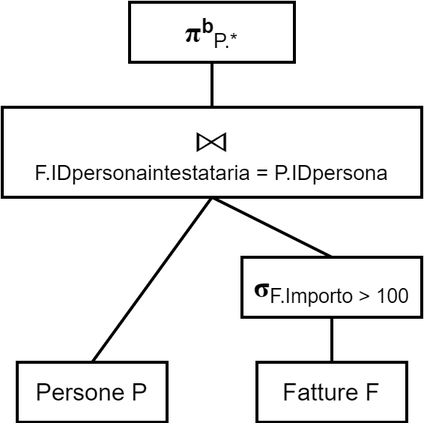
This is Piani di accesso/Albero logico 1.png from alessandro-antonelli/Studio-professionale-fatture, a draw.io export, as it was before one commit. Source tidied: cells renumbered, new cells last; positions are measured from the earlier drawing's top-left corner, leaving out a move shared by most shapes.
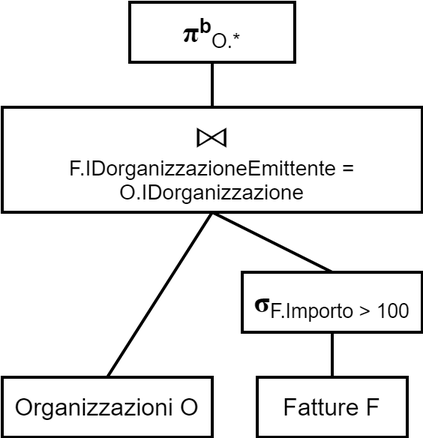
The same diagram one commit later.

Diff of the diagram source:
```diff
@@ -2,20 +2,20 @@
   <root>
     <mxCell id="0" />
     <mxCell id="1" parent="0" />
-    <mxCell id="2" value="&lt;font&gt;&lt;font face=&quot;Times New Roman&quot; style=&quot;font-size: 20px&quot;&gt;&lt;b&gt;π&lt;/b&gt;&lt;/font&gt;&lt;span style=&quot;font-size: 16px&quot;&gt;&lt;sup&gt;&lt;b&gt;b&lt;/b&gt;&lt;/sup&gt;&lt;sub&gt;P.*&lt;/sub&gt;&lt;/span&gt;&lt;/font&gt;" style="text;html=1;fillColor=none;align=center;verticalAlign=middle;whiteSpace=wrap;rounded=0;strokeColor=#000000;strokeWidth=2;" parent="1" vertex="1">
-      <mxGeometry x="85" width="110" height="40" as="geometry" />
+    <mxCell id="2" value="&lt;font&gt;&lt;font face=&quot;Times New Roman&quot; style=&quot;font-size: 20px&quot;&gt;&lt;b&gt;π&lt;/b&gt;&lt;/font&gt;&lt;span style=&quot;font-size: 16px&quot;&gt;&lt;sup&gt;&lt;b&gt;b&lt;/b&gt;&lt;/sup&gt;&lt;sub&gt;O.*&lt;/sub&gt;&lt;/span&gt;&lt;/font&gt;" style="text;html=1;fillColor=none;align=center;verticalAlign=middle;whiteSpace=wrap;rounded=0;strokeColor=#000000;strokeWidth=2;" parent="1" vertex="1">
+      <mxGeometry x="85" y="-10" width="110" height="40" as="geometry" />
     </mxCell>
     <mxCell id="3" style="endArrow=none;html=1;strokeWidth=2;exitX=0.5;exitY=0;exitDx=0;exitDy=0;entryX=0.5;entryY=1;entryDx=0;entryDy=0;" parent="1" edge="1" source="6" target="2">
       <mxGeometry relative="1" as="geometry" />
     </mxCell>
-    <mxCell id="4" value="&lt;font style=&quot;font-size: 16px&quot;&gt;Persone P&lt;/font&gt;" style="text;html=1;fillColor=none;align=center;verticalAlign=middle;whiteSpace=wrap;rounded=0;strokeColor=#000000;strokeWidth=2;" parent="1" vertex="1">
-      <mxGeometry x="10" y="240" width="100" height="40" as="geometry" />
+    <mxCell id="4" value="&lt;font style=&quot;font-size: 16px&quot;&gt;Organizzazioni O&lt;/font&gt;" style="text;html=1;fillColor=none;align=center;verticalAlign=middle;whiteSpace=wrap;rounded=0;strokeColor=#000000;strokeWidth=2;" parent="1" vertex="1">
+      <mxGeometry y="240" width="140" height="40" as="geometry" />
     </mxCell>
     <mxCell id="5" value="&lt;font style=&quot;font-size: 16px&quot;&gt;Fatture F&lt;/font&gt;" style="text;html=1;fillColor=none;align=center;verticalAlign=middle;whiteSpace=wrap;rounded=0;strokeColor=#000000;strokeWidth=2;" parent="1" vertex="1">
       <mxGeometry x="170" y="240" width="100" height="40" as="geometry" />
     </mxCell>
-    <mxCell id="6" value="&lt;span style=&quot;text-align: left&quot;&gt;&lt;b&gt;&lt;font style=&quot;font-size: 22px&quot;&gt;⨝&lt;/font&gt;&lt;/b&gt;&lt;br&gt;&lt;font style=&quot;font-size: 14px&quot;&gt;F.IDpersonaintestataria = P.IDpersona&lt;/font&gt;&lt;br&gt;&lt;/span&gt;" style="text;html=1;fillColor=none;align=center;verticalAlign=middle;whiteSpace=wrap;rounded=0;strokeColor=#000000;strokeWidth=2;" parent="1" vertex="1">
-      <mxGeometry y="70" width="280" height="60" as="geometry" />
+    <mxCell id="6" value="&lt;span style=&quot;text-align: left&quot;&gt;&lt;b&gt;&lt;font style=&quot;font-size: 22px&quot;&gt;⨝&lt;/font&gt;&lt;/b&gt;&lt;br&gt;&lt;font style=&quot;font-size: 14px&quot;&gt;F.IDorganizzazioneEmittente = O.IDorganizzazione&lt;/font&gt;&lt;br&gt;&lt;/span&gt;" style="text;html=1;fillColor=none;align=center;verticalAlign=middle;whiteSpace=wrap;rounded=0;strokeColor=#000000;strokeWidth=2;" parent="1" vertex="1">
+      <mxGeometry y="60" width="280" height="70" as="geometry" />
     </mxCell>
     <mxCell id="7" value="&lt;font&gt;&lt;b&gt;&lt;font style=&quot;font-size: 20px&quot; face=&quot;Times New Roman&quot;&gt;σ&lt;/font&gt;&lt;/b&gt;&lt;span style=&quot;font-size: 16px&quot;&gt;&lt;sub&gt;F.Importo &amp;gt; 100&lt;/sub&gt;&lt;/span&gt;&lt;/font&gt;" style="text;html=1;fillColor=none;align=center;verticalAlign=middle;whiteSpace=wrap;rounded=0;strokeColor=#000000;strokeWidth=2;" parent="1" vertex="1">
       <mxGeometry x="160" y="170" width="120" height="40" as="geometry" />
```
